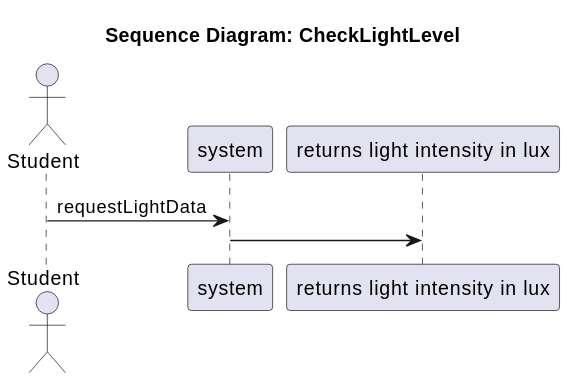
SEP4Real/SEP4 keeps this PlantUML diagram as Documentation/Analysis/ssds/StudyHelper_CheckLightLevel.ssd.svg. Above is the earlier version. Its diagram source:
```plantuml
@startuml
title Sequence Diagram: CheckLightLevel
actor "Student" as Actor
participant "system" as System
participant "returns light intensity in lux" as returns_light_intensity_in_lux

Actor -> System : requestLightData
System -> returns_light_intensity_in_lux :
@enduml
```
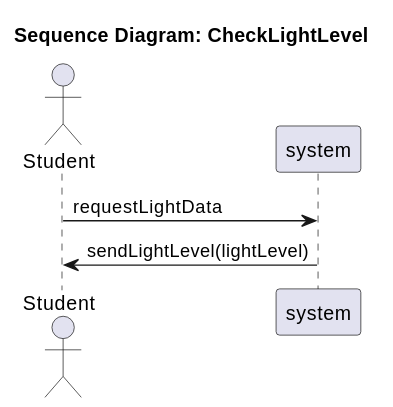
After the commit.

Diff of the diagram source:
```diff
@@ -2,8 +2,7 @@
 title Sequence Diagram: CheckLightLevel
 actor "Student" as Actor
 participant "system" as System
-participant "returns light intensity in lux" as returns_light_intensity_in_lux
 
 Actor -> System : requestLightData
-System -> returns_light_intensity_in_lux :
+System -> Actor : sendLightLevel(lightLevel)
 @enduml
```
